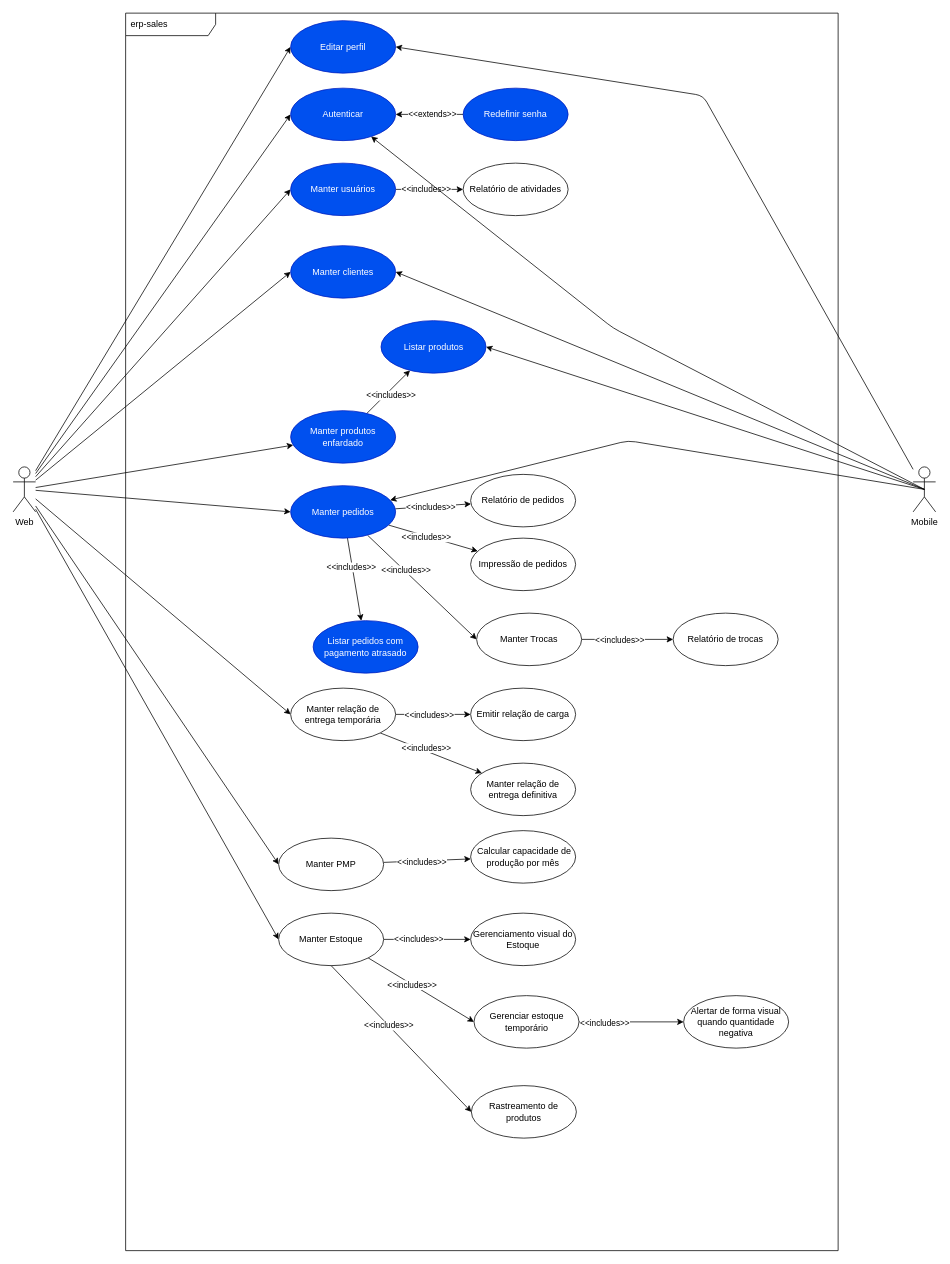
This is documentation/usecase-diagram.drawio from gabrielmrenno/erp_sales, a draw.io file, before an edit. Source tidied: cells renumbered, new cells numbered last; positions are measured from the earlier drawing's top-left corner, leaving out a move shared by most shapes. Both pictures are drawn from the tidied source at 75%, with x=0, y=0 at pixel (13, 13).
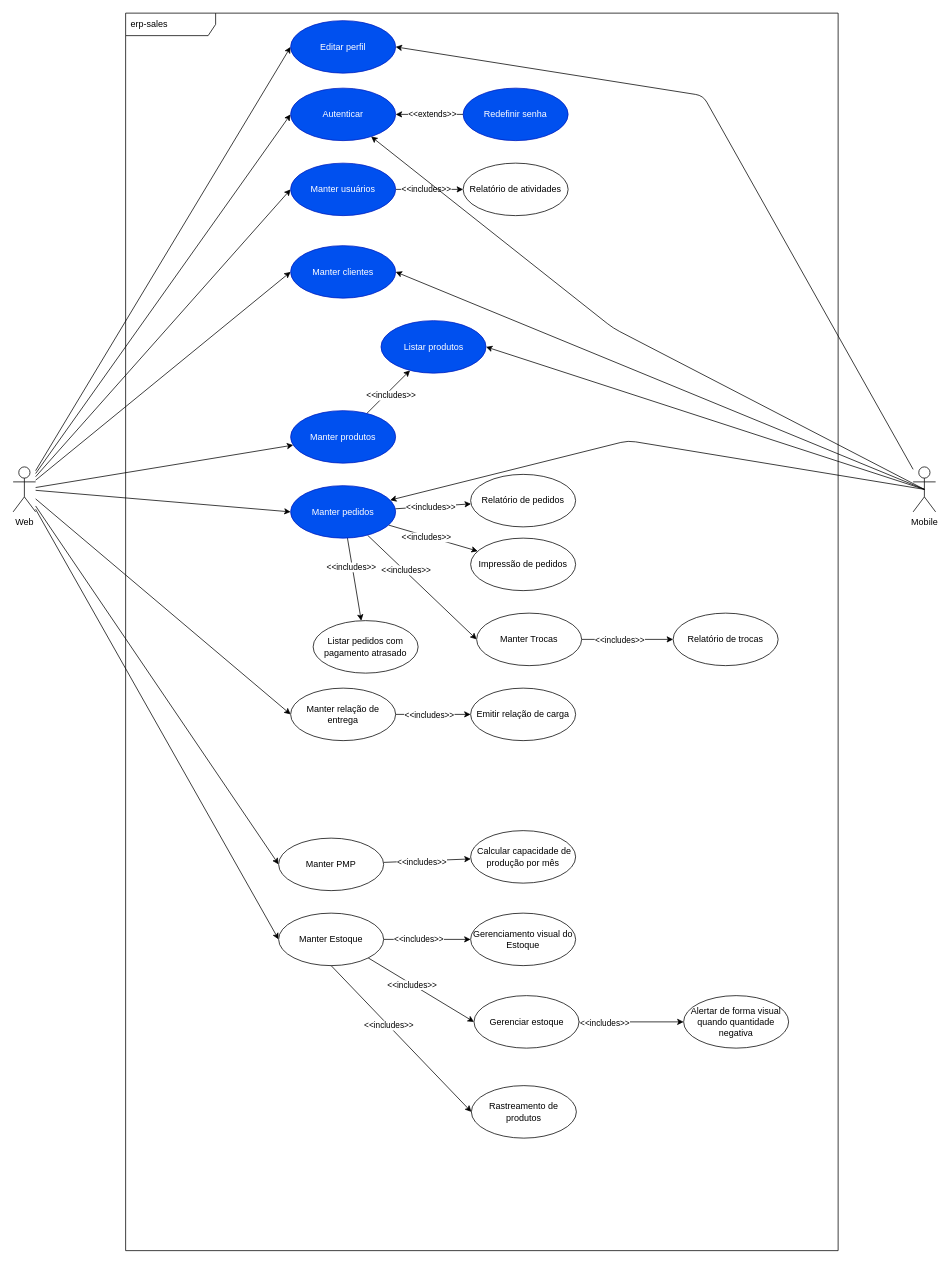
The same page after the edit.

Change to the diagram source:
```diff
@@
-    <mxCell id="44" style="edgeStyle=none;html=1;exitX=1;exitY=1;exitDx=0;exitDy=0;" parent="1" edge="1" source="46" target="57">
-      <mxGeometry relative="1" as="geometry" />
-    </mxCell>
-    <mxCell id="45" value="&amp;lt;&amp;lt;includes&amp;gt;&amp;gt;" style="edgeLabel;html=1;align=center;verticalAlign=middle;" parent="44" vertex="1">
-      <mxGeometry x="-0.44" y="2" relative="1" as="geometry">
-        <mxPoint x="22" y="7" as="offset" />
-      </mxGeometry>
-    </mxCell>
-    <mxCell id="46" value="Manter relação de entrega temporária" style="ellipse;whiteSpace=wrap;html=1;" parent="1" vertex="1">
+    <mxCell id="46" value="Manter relação de entrega" style="ellipse;whiteSpace=wrap;html=1;" parent="1" vertex="1">
       <mxGeometry x="370" y="900" width="140" height="70" as="geometry" />
     </mxCell>
@@
-    <mxCell id="57" value="Manter relação de entrega definitiva" style="ellipse;whiteSpace=wrap;html=1;" parent="1" vertex="1">
-      <mxGeometry x="610" y="1000" width="140" height="70" as="geometry" />
-    </mxCell>
@@
-    <mxCell id="62" value="Gerenciar estoque temporário" style="ellipse;whiteSpace=wrap;html=1;" parent="1" vertex="1">
+    <mxCell id="62" value="Gerenciar estoque" style="ellipse;whiteSpace=wrap;html=1;" parent="1" vertex="1">
       <mxGeometry x="614.5" y="1310" width="140" height="70" as="geometry" />
     </mxCell>
@@
-    <mxCell id="74" value="Listar pedidos com pagamento atrasado" style="ellipse;whiteSpace=wrap;html=1;fillColor=#0050ef;fontColor=#ffffff;strokeColor=#001DBC;" parent="1" vertex="1">
+    <mxCell id="74" value="Listar pedidos com pagamento atrasado" style="ellipse;whiteSpace=wrap;html=1;" parent="1" vertex="1">
       <mxGeometry x="400" y="810" width="140" height="70" as="geometry" />
     </mxCell>
-    <mxCell id="75" value="Manter produtos enfardado" style="ellipse;whiteSpace=wrap;html=1;fillColor=#0050ef;fontColor=#ffffff;strokeColor=#001DBC;" parent="1" vertex="1">
+    <mxCell id="75" value="Manter produtos" style="ellipse;whiteSpace=wrap;html=1;fillColor=#0050ef;fontColor=#ffffff;strokeColor=#001DBC;" parent="1" vertex="1">
       <mxGeometry x="370" y="530" width="140" height="70" as="geometry" />
     </mxCell>
```
